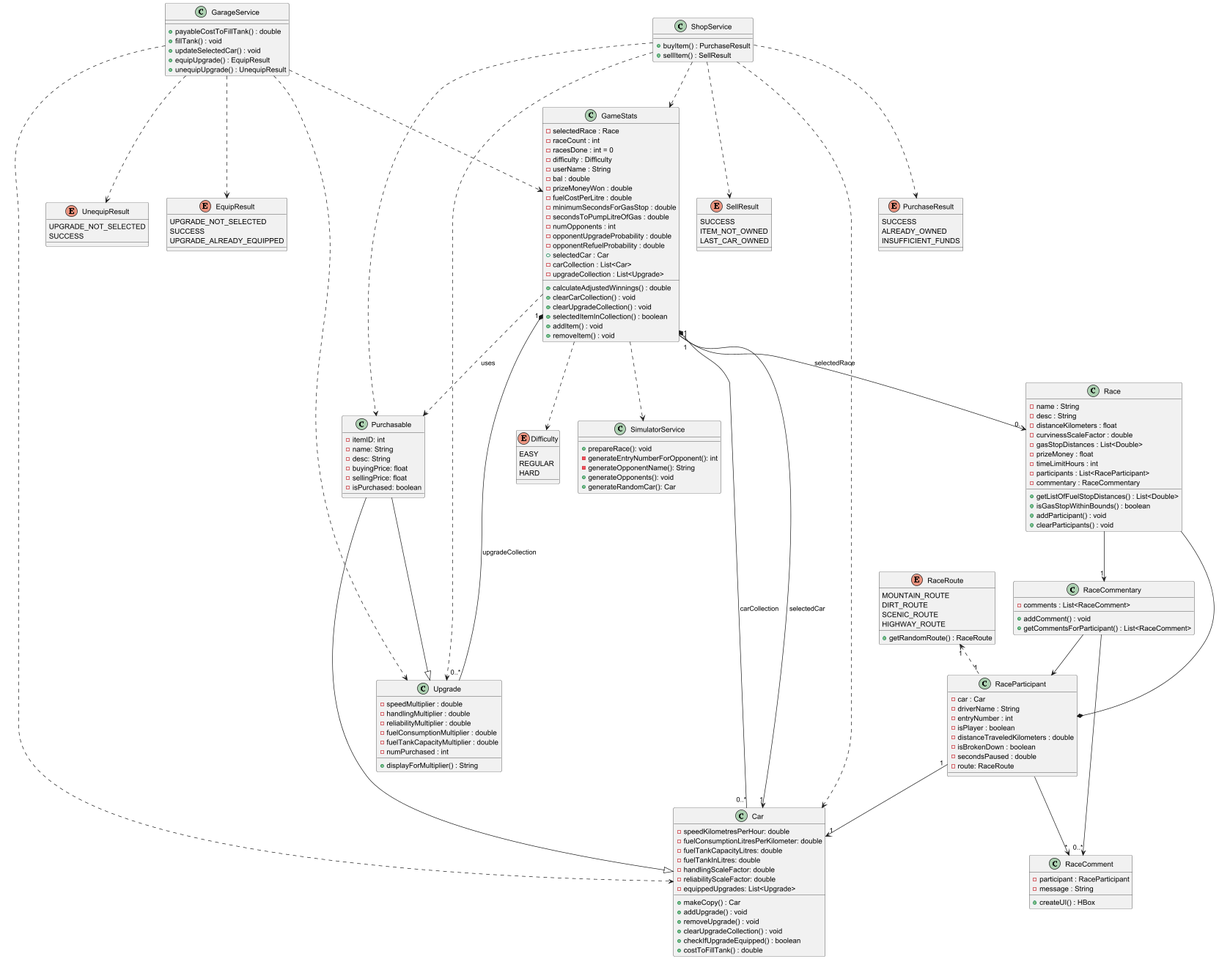
riz3ndrr/seng201-project-driftfever keeps this PlantUML diagram as uml-diagrams/Class_Diagram.png. Above is the earlier version. Source of this version:
```plantuml
@startuml




Class Purchasable {
-itemID: int
-name: String
-desc: String
-buyingPrice: float
-sellingPrice: float
-isPurchased: boolean

}

Class Car {
-speedKilometresPerHour: double
-fuelConsumptionLitresPerKilometer: double
-fuelTankCapacityLitres: double
-fuelTankInLitres: double
-handlingScaleFactor: double
-reliabilityScaleFactor: double
-equippedUpgrades: List<Upgrade>

+makeCopy() : Car
+addUpgrade() : void
+removeUpgrade() : void
+clearUpgradeCollection() : void
+checkIfUpgradeEquipped() : boolean
+costToFillTank() : double


}

Class Upgrade {
-speedMultiplier : double
-handlingMultiplier : double
-reliabilityMultiplier : double
-fuelConsumptionMultiplier : double
-fuelTankCapacityMultiplier : double
-numPurchased : int

+displayForMultiplier() : String


}

Purchasable ---|> Upgrade
Purchasable ---|> Car

class GameStats {
    -selectedRace : Race
    -raceCount : int
    -racesDone : int = 0
    -difficulty : Difficulty
    -userName : String
    -bal : double
    -prizeMoneyWon : double
    -fuelCostPerLitre : double
    -minimumSecondsForGasStop : double
    -secondsToPumpLitreOfGas : double
    -numOpponents : int
    -opponentUpgradeProbability : double
    -opponentRefuelProbability : double
    +selectedCar : Car
    -carCollection : List<Car>
    -upgradeCollection : List<Upgrade>

    +calculateAdjustedWinnings() : double
    +clearCarCollection() : void
    +clearUpgradeCollection() : void
    +selectedItemInCollection() : boolean
    +addItem() : void
    +removeItem() : void
}

enum Difficulty {
    EASY
    REGULAR
    HARD
}

GameStats "1" --> "0.." Race : selectedRace
GameStats "1" --> "1" Car : selectedCar
GameStats "1" *-- "0..*" Car : carCollection
GameStats "1" *-- "0..*" Upgrade : upgradeCollection
GameStats ..> Purchasable : uses


GameStats ..> Difficulty

class Race {
    -name : String
    -desc : String
    -distanceKilometers : float
    -curvinessScaleFactor : double
    -gasStopDistances : List<Double>
    -prizeMoney : float
    -timeLimitHours : int
    -participants : List<RaceParticipant>
    -commentary : RaceCommentary

    +getListOfFuelStopDistances() : List<Double>
    +isGasStopWithinBounds() : boolean
    +addParticipant() : void
    +clearParticipants() : void
}

class RaceParticipant {
    -car : Car
    -driverName : String
    -entryNumber : int
    -isPlayer : boolean
    -distanceTraveledKilometers : double
    -isBrokenDown : boolean
    -secondsPaused : double
    -route: RaceRoute

}

class RaceComment {
    -participant : RaceParticipant
    -message : String

    +createUI() : HBox
}

enum RaceRoute{
    MOUNTAIN_ROUTE
    DIRT_ROUTE
    SCENIC_ROUTE
    HIGHWAY_ROUTE

    +getRandomRoute() : RaceRoute
}

RaceRoute "1" <.. "1" RaceParticipant

class RaceCommentary {
    -comments : List<RaceComment>

    +addComment() : void
    +getCommentsForParticipant() : List<RaceComment>
}

RaceCommentary --> "0..*" RaceComment
RaceCommentary --> RaceParticipant


RaceParticipant "1" --> "1" Car
RaceParticipant --> "*" RaceComment


Race --> "1" RaceCommentary
Race --* RaceParticipant



class GarageService {
    +payableCostToFillTank() : double
    +fillTank() : void
    +updateSelectedCar() : void
    +equipUpgrade() : EquipResult
    +unequipUpgrade() : UnequipResult
}

enum UnequipResult {
    UPGRADE_NOT_SELECTED
    SUCCESS
}

enum EquipResult {
    UPGRADE_NOT_SELECTED
    SUCCESS
    UPGRADE_ALREADY_EQUIPPED
}


GarageService ..> GameStats
GarageService ..> UnequipResult
GarageService ..> EquipResult

class ShopService {
    +buyItem() : PurchaseResult
    +sellItem() : SellResult
}

enum PurchaseResult {
    SUCCESS
    ALREADY_OWNED
    INSUFFICIENT_FUNDS
}

enum SellResult {
    SUCCESS
    ITEM_NOT_OWNED
    LAST_CAR_OWNED
}

ShopService ..> SellResult
ShopService ..> PurchaseResult



ShopService ..> GameStats
ShopService ..> Purchasable
ShopService ..> Car
ShopService ..> Upgrade
GarageService ..> Car
GarageService ..> Upgrade


GameStats ..> SimulatorService


class SimulatorService {
    +prepareRace(): void
    -generateEntryNumberForOpponent(): int
    -generateOpponentName(): String
    +generateOpponents(): void
    +generateRandomCar(): Car


}






@enduml
```
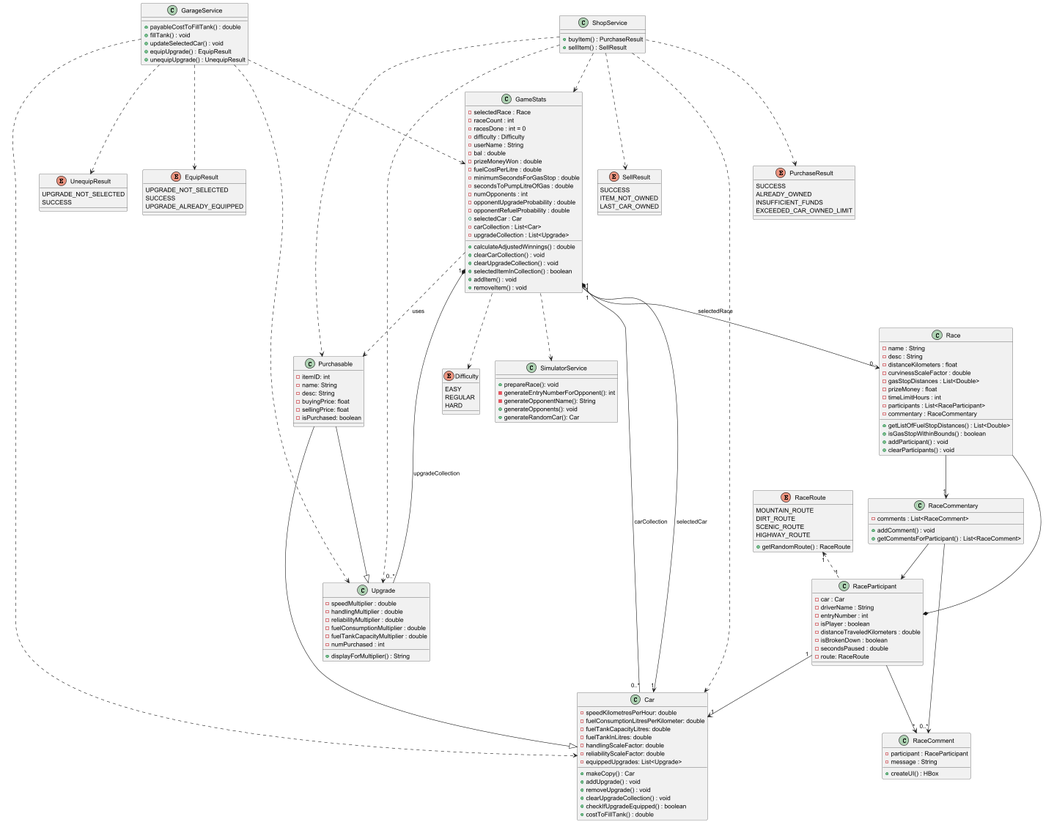
After the change.

Commit message:
Made it so you can't purchase another car if you have reached the garage's limit of 5 cars (UML diagrams have been updated)

What changed in the source:
```diff
@@ -189,6 +189,7 @@
     SUCCESS
     ALREADY_OWNED
     INSUFFICIENT_FUNDS
+    EXCEEDED_CAR_OWNED_LIMIT
 }
 
 enum SellResult {
```
